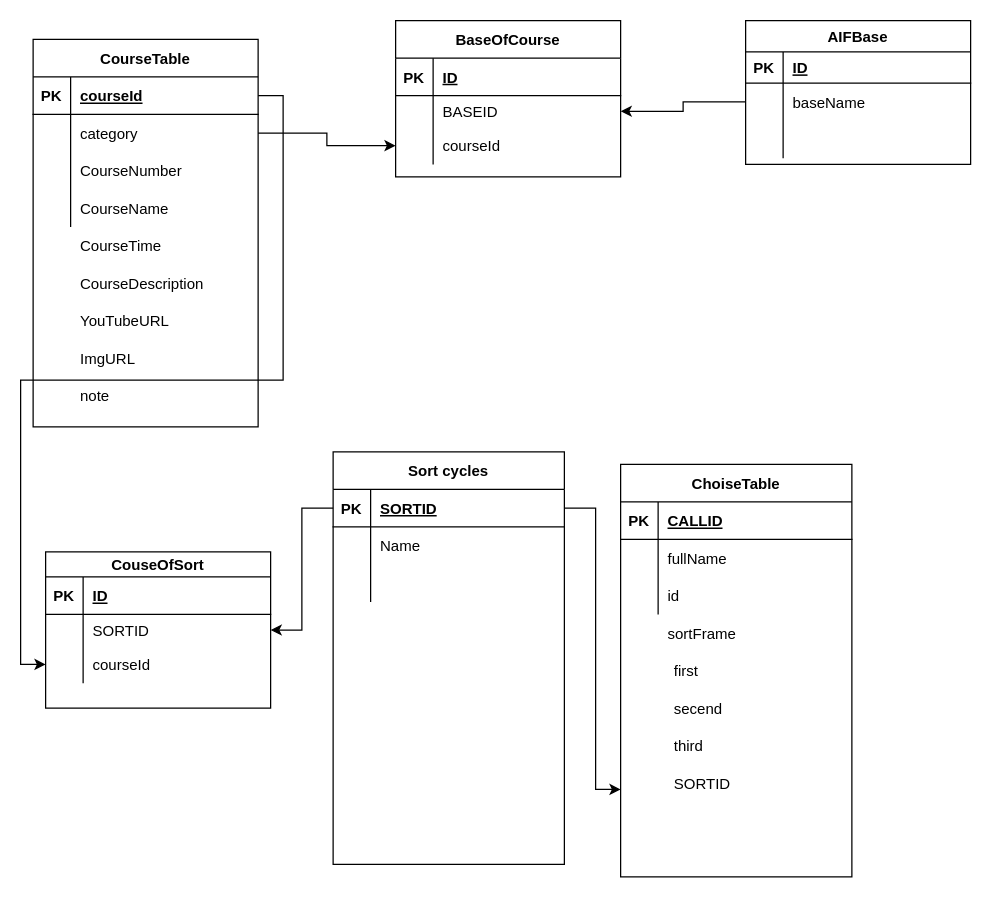
Earlier version of the draw.io diagram refence/Db-additor.drawio (JustGigii/index-bislat-back). Source tidied: cells renumbered, new cells numbered last; positions are measured from the earlier drawing's top-left corner, leaving out a move shared by most shapes. Both pictures are drawn from the tidied source at 125%, with x=0, y=0 at pixel (32, 20).
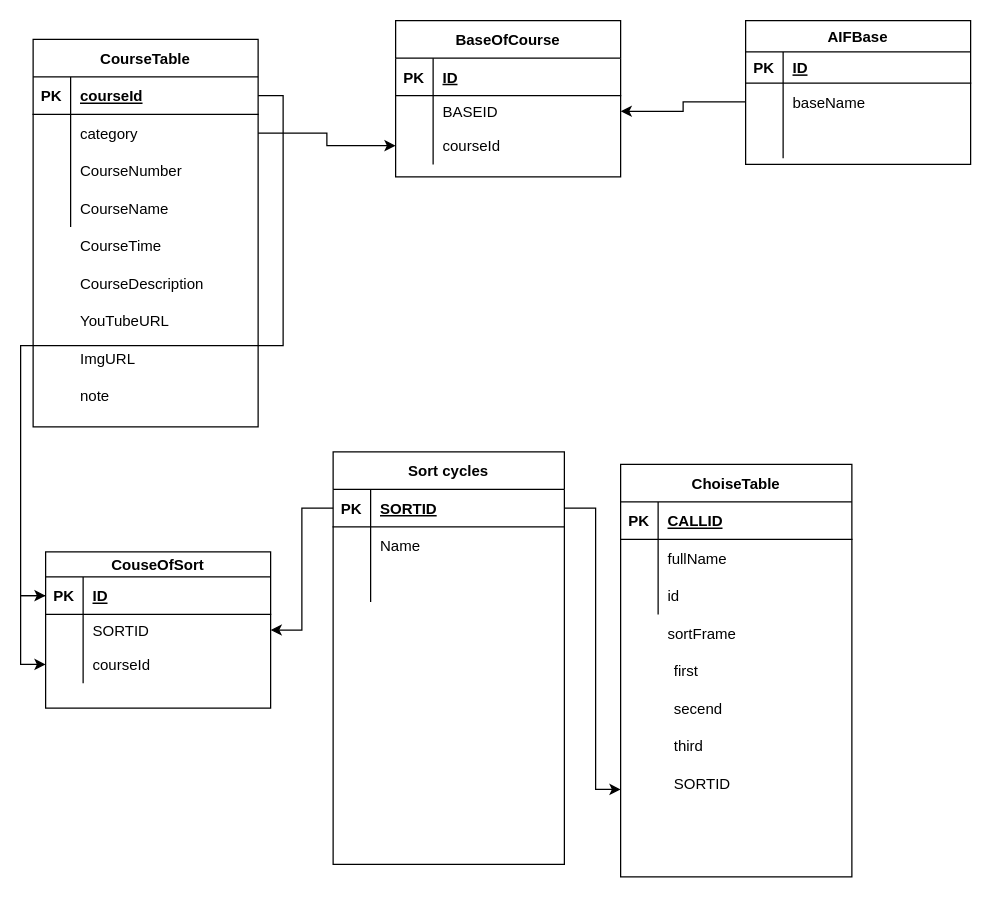
Above is the later version.

Unchanged cells that the change refers to:
```xml
<mxCell id="3" style="shape=tableRow;horizontal=0;startSize=0;swimlaneHead=0;swimlaneBody=0;fillColor=none;points=[[0,0.5],[1,0.5]];portConstraint=eastwest;top=0;left=0;right=0;bottom=1;" parent="2" vertex="1">
  <mxGeometry y="30" width="180" height="30" as="geometry" />
</mxCell>
<mxCell id="61" value="CouseOfSort" style="shape=table;startSize=20;childLayout=tableLayout;rowLines=0;fontStyle=1;align=center;" parent="1" vertex="1">
  <mxGeometry x="10" y="425" width="180" height="125" as="geometry" />
</mxCell>
<mxCell id="62" style="shape=tableRow;horizontal=0;startSize=0;swimlaneHead=0;swimlaneBody=0;fillColor=none;points=[[0,0.5],[1,0.5]];portConstraint=eastwest;top=0;left=0;right=0;bottom=1;" parent="61" vertex="1">
  <mxGeometry y="20" width="180" height="30" as="geometry" />
</mxCell>
<mxCell id="68" style="shape=tableRow;horizontal=0;startSize=0;swimlaneHead=0;swimlaneBody=0;fillColor=none;points=[[0,0.5],[1,0.5]];portConstraint=eastwest;top=0;left=0;right=0;bottom=0;" parent="61" vertex="1">
  <mxGeometry y="75" width="180" height="30" as="geometry" />
</mxCell>
```

Change to the diagram source:
```diff
@@
+    <mxCell id="85" style="edgeStyle=orthogonalEdgeStyle;rounded=0;jettySize=auto;html=1;entryX=0;entryY=0.5;entryDx=0;entryDy=0;" parent="61" edge="1" source="62" target="68">
+      <mxGeometry relative="1" as="geometry" />
+    </mxCell>
@@
-    <mxCell id="83" style="edgeStyle=orthogonalEdgeStyle;rounded=0;jettySize=auto;html=1;exitX=1;exitY=0.5;exitDx=0;exitDy=0;entryX=0;entryY=0.5;entryDx=0;entryDy=0;" parent="1" edge="1" source="3" target="68">
+    <mxCell id="83" style="edgeStyle=orthogonalEdgeStyle;rounded=0;jettySize=auto;html=1;exitX=1;exitY=0.5;exitDx=0;exitDy=0;entryX=0;entryY=0.5;entryDx=0;entryDy=0;" parent="1" edge="1" source="3" target="62">
       <mxGeometry relative="1" as="geometry" />
     </mxCell>
```
